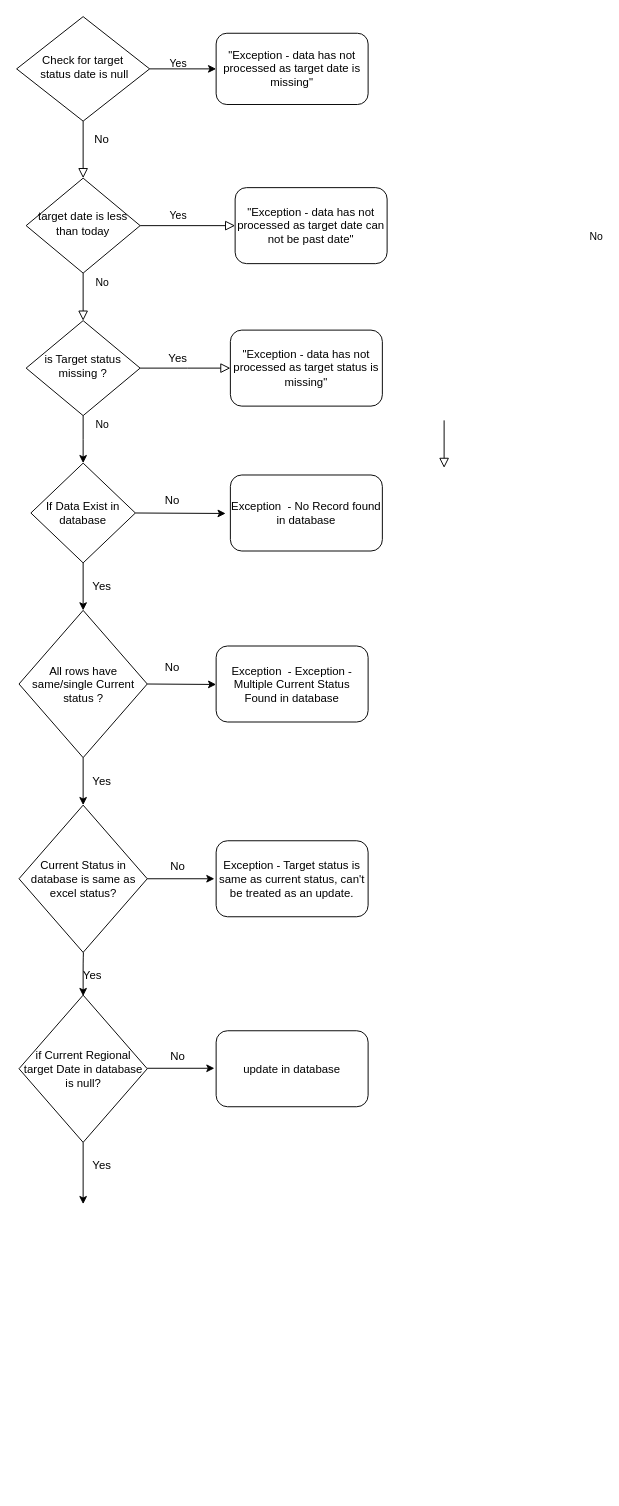
Above: Contract_backlog.drawio in pkochar263/Sending-Emails-to-multiple-people (draw.io), before the change. Source tidied: cells renumbered, new cells numbered last; positions are measured from the earlier drawing's top-left corner, leaving out a move shared by most shapes. Both pictures are drawn from the tidied source at 95%, with x=0, y=0 at pixel (16, 16).
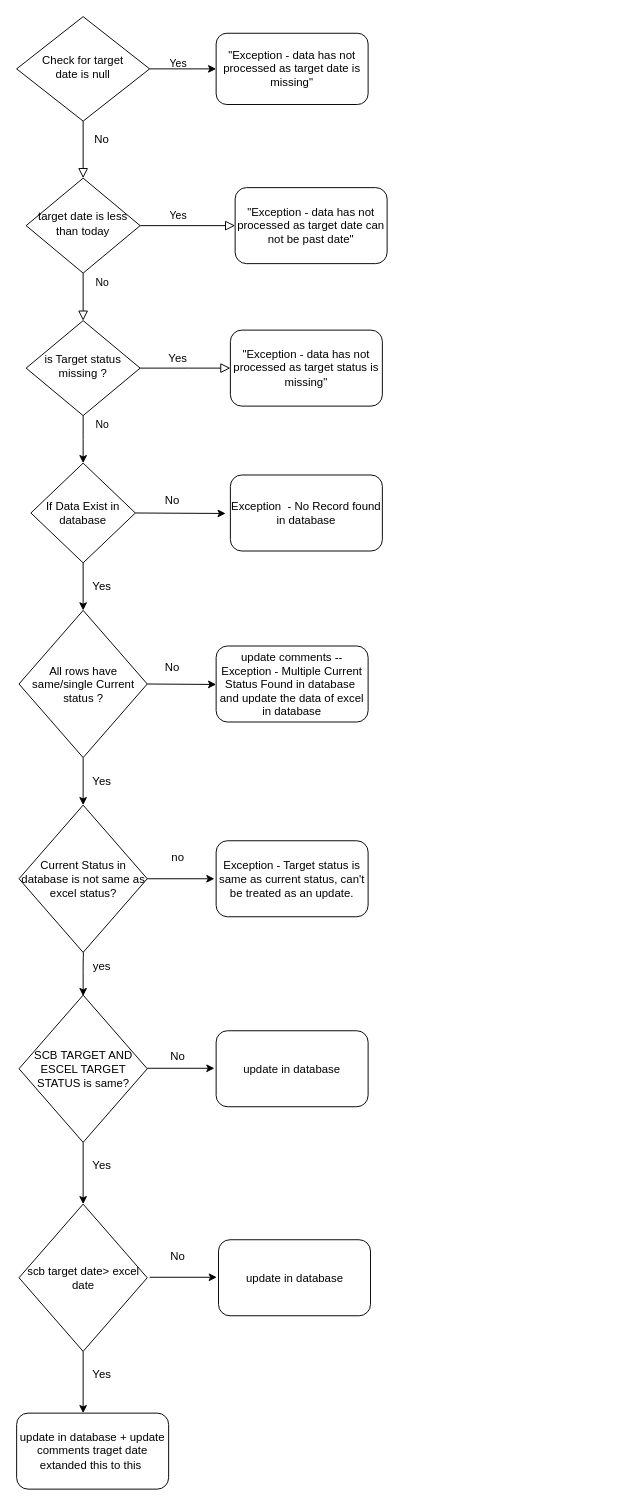
The same page after the edit.

Diff of the diagram source:
```diff
@@
-    <mxCell id="2" value="No" style="rounded=0;html=1;jettySize=auto;orthogonalLoop=1;fontSize=11;endArrow=block;endFill=0;endSize=8;strokeWidth=1;shadow=0;labelBackgroundColor=none;edgeStyle=orthogonalEdgeStyle;entryX=0.5;entryY=0;entryDx=0;entryDy=0;" parent="1" edge="1">
-      <mxGeometry x="0.08" y="272" relative="1" as="geometry">
-        <mxPoint x="450" y="425" as="sourcePoint" />
-        <mxPoint x="450" y="475" as="targetPoint" />
-        <mxPoint x="-112" y="-220" as="offset" />
-      </mxGeometry>
-    </mxCell>
@@
-    <mxCell id="4" value="Check for target&lt;br&gt;&amp;nbsp;status date is null" style="rhombus;whiteSpace=wrap;html=1;shadow=0;fontFamily=Helvetica;fontSize=12;align=center;strokeWidth=1;spacing=6;spacingTop=-4;" parent="1" vertex="1">
+    <mxCell id="4" value="Check for target &lt;br&gt;date is null" style="rhombus;whiteSpace=wrap;html=1;shadow=0;fontFamily=Helvetica;fontSize=12;align=center;strokeWidth=1;spacing=6;spacingTop=-4;" parent="1" vertex="1">
       <mxGeometry width="140" height="110" as="geometry" />
     </mxCell>
@@
-    <mxCell id="28" value="Exception&amp;nbsp; - Exception - Multiple Current Status Found in database" style="rounded=1;whiteSpace=wrap;html=1;fontSize=12;glass=0;strokeWidth=1;shadow=0;" parent="1" vertex="1">
+    <mxCell id="28" value="update comments -- Exception - Multiple Current Status Found in database&amp;nbsp;&lt;br&gt;and update the data of excel in database" style="rounded=1;whiteSpace=wrap;html=1;fontSize=12;glass=0;strokeWidth=1;shadow=0;" parent="1" vertex="1">
       <mxGeometry x="210" y="662.5" width="160" height="80" as="geometry" />
     </mxCell>
@@
-    <mxCell id="30" value="Current Status in database is same as excel status?" style="rhombus;whiteSpace=wrap;html=1;" parent="1" vertex="1">
+    <mxCell id="30" value="Current Status in database is not same as excel status?" style="rhombus;whiteSpace=wrap;html=1;" parent="1" vertex="1">
       <mxGeometry x="2.5" y="830" width="135" height="155" as="geometry" />
     </mxCell>
@@
-    <mxCell id="33" value="Yes" style="text;html=1;strokeColor=none;fillColor=none;align=center;verticalAlign=middle;whiteSpace=wrap;rounded=0;" parent="1" vertex="1">
-      <mxGeometry x="60" y="985" width="40" height="50" as="geometry" />
-    </mxCell>
-    <mxCell id="34" value="No" style="text;html=1;strokeColor=none;fillColor=none;align=center;verticalAlign=middle;whiteSpace=wrap;rounded=0;" parent="1" vertex="1">
-      <mxGeometry x="150" y="880" width="40" height="30" as="geometry" />
-    </mxCell>
-    <mxCell id="35" value="if Current Regional target Date in database is null?" style="rhombus;whiteSpace=wrap;html=1;" parent="1" vertex="1">
+    <mxCell id="35" value="SCB TARGET AND ESCEL TARGET STATUS is same?" style="rhombus;whiteSpace=wrap;html=1;" parent="1" vertex="1">
       <mxGeometry x="2.5" y="1030" width="135" height="155" as="geometry" />
     </mxCell>
@@
+    <mxCell id="42" value="yes" style="text;html=1;strokeColor=none;fillColor=none;align=center;verticalAlign=middle;whiteSpace=wrap;rounded=0;" parent="1" vertex="1">
+      <mxGeometry x="70" y="985" width="40" height="30" as="geometry" />
+    </mxCell>
+    <mxCell id="43" value="no" style="text;html=1;strokeColor=none;fillColor=none;align=center;verticalAlign=middle;whiteSpace=wrap;rounded=0;" parent="1" vertex="1">
+      <mxGeometry x="150" y="860" width="40" height="50" as="geometry" />
+    </mxCell>
+    <mxCell id="44" value="scb target date&amp;gt; excel date" style="rhombus;whiteSpace=wrap;html=1;" parent="1" vertex="1">
+      <mxGeometry x="2.5" y="1250" width="135" height="155" as="geometry" />
+    </mxCell>
+    <mxCell id="45" style="endArrow=classic;html=1;exitX=0.5;exitY=1;exitDx=0;exitDy=0;" parent="1" edge="1">
+      <mxGeometry relative="1" as="geometry">
+        <mxPoint x="70" y="1405" as="sourcePoint" />
+        <mxPoint x="70" y="1470" as="targetPoint" />
+      </mxGeometry>
+    </mxCell>
+    <mxCell id="33" value="Yes" style="text;html=1;strokeColor=none;fillColor=none;align=center;verticalAlign=middle;whiteSpace=wrap;rounded=0;" parent="1" vertex="1">
+      <mxGeometry x="70" y="1405" width="40" height="50" as="geometry" />
+    </mxCell>
+    <mxCell id="46" value="update in database + update comments traget date extanded this to this&amp;nbsp;" style="rounded=1;whiteSpace=wrap;html=1;fontSize=12;glass=0;strokeWidth=1;shadow=0;" parent="1" vertex="1">
+      <mxGeometry y="1470" width="160" height="80" as="geometry" />
+    </mxCell>
+    <mxCell id="34" value="No" style="text;html=1;strokeColor=none;fillColor=none;align=center;verticalAlign=middle;whiteSpace=wrap;rounded=0;" parent="1" vertex="1">
+      <mxGeometry x="150" y="1290" width="40" height="30" as="geometry" />
+    </mxCell>
+    <mxCell id="47" style="endArrow=classic;html=1;" parent="1" edge="1">
+      <mxGeometry relative="1" as="geometry">
+        <mxPoint x="140" y="1327" as="sourcePoint" />
+        <mxPoint x="210.7" y="1327" as="targetPoint" />
+      </mxGeometry>
+    </mxCell>
+    <mxCell id="48" value="update in database" style="rounded=1;whiteSpace=wrap;html=1;fontSize=12;glass=0;strokeWidth=1;shadow=0;" parent="1" vertex="1">
+      <mxGeometry x="212.5" y="1287.5" width="160" height="80" as="geometry" />
+    </mxCell>
```
